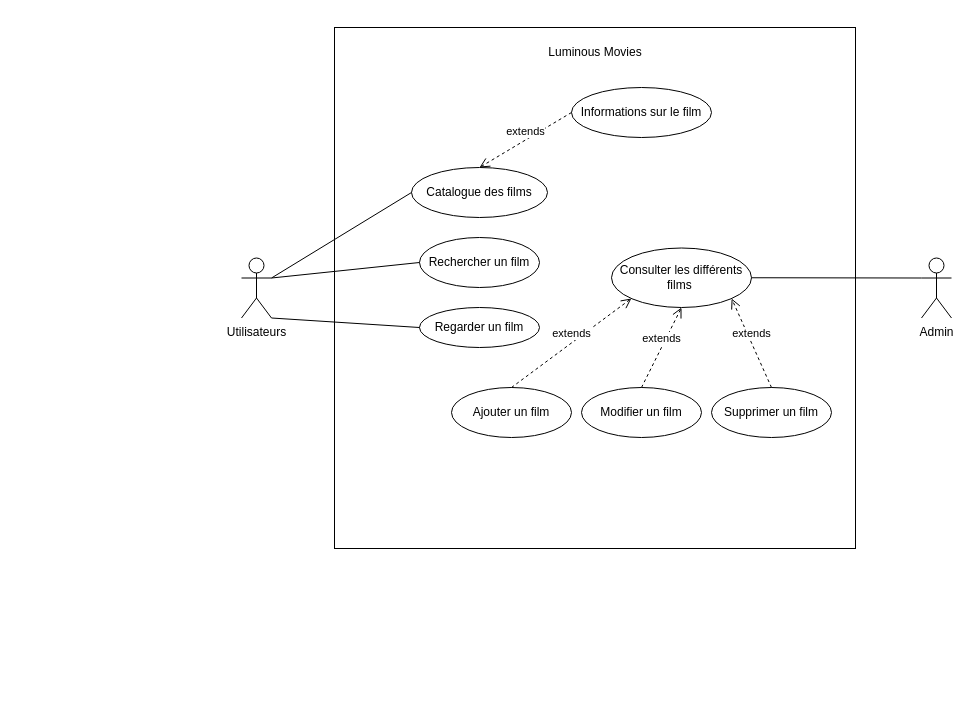
The draw.io diagram Documents/Luminous Movies Use case.drawio in Pagiestm/Luminous-Movies, before the edit. Source tidied: cells renumbered, new cells numbered last; positions are measured from the earlier drawing's top-left corner, leaving out a move shared by most shapes. Both pictures are drawn from the tidied source at 100%, with x=0, y=0 at pixel (241, 27).
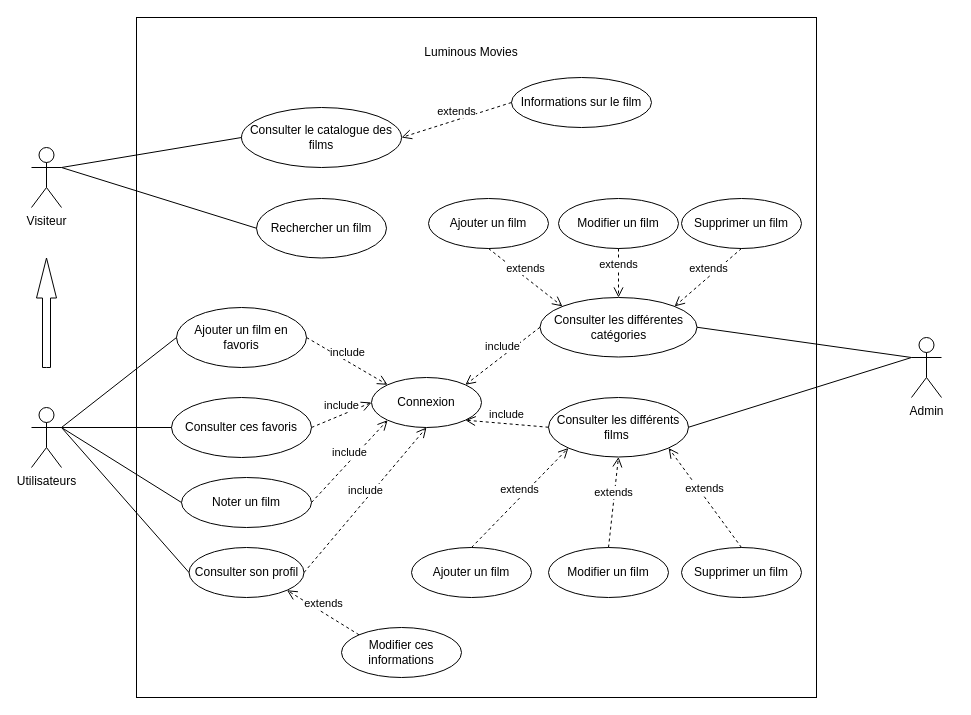
After the change.

Commit message (it also covers changes not shown here):
feat(Documents): add use case

Change to the diagram source:
```diff
@@
     <mxCell id="2" style="whiteSpace=wrap;html=1;" parent="1" vertex="1">
-      <mxGeometry x="93" width="521" height="521" as="geometry" />
+      <mxGeometry x="-105" y="-10" width="680" height="680" as="geometry" />
     </mxCell>
     <mxCell id="3" value="Utilisateurs" style="shape=umlActor;verticalLabelPosition=bottom;verticalAlign=top;html=1;outlineConnect=0;" parent="1" vertex="1">
-      <mxGeometry y="230.5" width="30" height="60" as="geometry" />
+      <mxGeometry x="-210" y="380" width="30" height="60" as="geometry" />
     </mxCell>
     <mxCell id="4" value="Luminous Movies" style="text;html=1;align=center;verticalAlign=middle;whiteSpace=wrap;rounded=0;" parent="1" vertex="1">
-      <mxGeometry x="299" y="10" width="110" height="30" as="geometry" />
+      <mxGeometry x="175" y="10" width="110" height="30" as="geometry" />
     </mxCell>
-    <mxCell id="5" value="Catalogue des films" style="ellipse;whiteSpace=wrap;html=1;" parent="1" vertex="1">
-      <mxGeometry x="170" y="140" width="136" height="50" as="geometry" />
-    </mxCell>
-    <mxCell id="6" value="Rechercher un film" style="ellipse;whiteSpace=wrap;html=1;" parent="1" vertex="1">
-      <mxGeometry x="178" y="210" width="120" height="50" as="geometry" />
-    </mxCell>
-    <mxCell id="7" value="Regarder un film" style="ellipse;whiteSpace=wrap;html=1;" parent="1" vertex="1">
-      <mxGeometry x="178" y="280" width="120" height="40" as="geometry" />
-    </mxCell>
     <mxCell id="8" value="Admin" style="shape=umlActor;verticalLabelPosition=bottom;verticalAlign=top;html=1;outlineConnect=0;" parent="1" vertex="1">
-      <mxGeometry x="680" y="230.5" width="30" height="60" as="geometry" />
+      <mxGeometry x="670" y="310" width="30" height="60" as="geometry" />
     </mxCell>
     <mxCell id="9" value="Informations sur le film" style="ellipse;whiteSpace=wrap;html=1;" parent="1" vertex="1">
-      <mxGeometry x="330" y="60" width="140" height="50" as="geometry" />
+      <mxGeometry x="270" y="50" width="140" height="50" as="geometry" />
     </mxCell>
-    <mxCell id="10" value="extends" style="html=1;verticalAlign=bottom;endArrow=open;dashed=1;endSize=8;curved=0;rounded=0;exitX=0;exitY=0.5;exitDx=0;exitDy=0;entryX=0.5;entryY=0;entryDx=0;entryDy=0;" parent="1" edge="1" source="9" target="5">
+    <mxCell id="10" value="extends" style="html=1;verticalAlign=bottom;endArrow=open;dashed=1;endSize=8;curved=0;rounded=0;exitX=0;exitY=0.5;exitDx=0;exitDy=0;entryX=1;entryY=0.5;entryDx=0;entryDy=0;" parent="1" edge="1" source="9" target="23">
       <mxGeometry relative="1" as="geometry" />
     </mxCell>
     <mxCell id="11" value="Consulter les différents films&amp;nbsp;" style="ellipse;whiteSpace=wrap;html=1;" parent="1" vertex="1">
-      <mxGeometry x="370" y="220.5" width="140" height="59.5" as="geometry" />
+      <mxGeometry x="307" y="370" width="140" height="59.5" as="geometry" />
     </mxCell>
     <mxCell id="12" value="Ajouter un film" style="ellipse;whiteSpace=wrap;html=1;" parent="1" vertex="1">
-      <mxGeometry x="210" y="360" width="120" height="50" as="geometry" />
+      <mxGeometry x="170" y="520" width="120" height="50" as="geometry" />
     </mxCell>
@@
     <mxCell id="14" value="Modifier un film" style="ellipse;whiteSpace=wrap;html=1;" parent="1" vertex="1">
-      <mxGeometry x="340" y="360" width="120" height="50" as="geometry" />
+      <mxGeometry x="307" y="520" width="120" height="50" as="geometry" />
     </mxCell>
@@
     <mxCell id="16" value="Supprimer un film" style="ellipse;whiteSpace=wrap;html=1;" parent="1" vertex="1">
-      <mxGeometry x="470" y="360" width="120" height="50" as="geometry" />
+      <mxGeometry x="440" y="520" width="120" height="50" as="geometry" />
     </mxCell>
@@
-    <mxCell id="19" style="endArrow=none;html=1;rounded=0;exitX=1;exitY=0.3333333333333333;exitDx=0;exitDy=0;exitPerimeter=0;entryX=0;entryY=0.5;entryDx=0;entryDy=0;" parent="1" edge="1" source="3" target="5">
-      <mxGeometry relative="1" as="geometry" />
-    </mxCell>
-    <mxCell id="20" style="endArrow=none;html=1;rounded=0;exitX=1;exitY=0.3333333333333333;exitDx=0;exitDy=0;exitPerimeter=0;entryX=0;entryY=0.5;entryDx=0;entryDy=0;" parent="1" edge="1" source="3" target="6">
-      <mxGeometry relative="1" as="geometry" />
-    </mxCell>
-    <mxCell id="21" style="endArrow=none;html=1;rounded=0;exitX=1;exitY=1;exitDx=0;exitDy=0;exitPerimeter=0;entryX=0;entryY=0.5;entryDx=0;entryDy=0;" parent="1" edge="1" source="3" target="7">
-      <mxGeometry relative="1" as="geometry" />
-    </mxCell>
+    <mxCell id="22" value="Visiteur" style="shape=umlActor;verticalLabelPosition=bottom;verticalAlign=top;html=1;outlineConnect=0;" parent="1" vertex="1">
+      <mxGeometry x="-210" y="120" width="30" height="60" as="geometry" />
+    </mxCell>
+    <mxCell id="23" value="Consulter le catalogue des films" style="ellipse;whiteSpace=wrap;html=1;" parent="1" vertex="1">
+      <mxGeometry y="80" width="160" height="60" as="geometry" />
+    </mxCell>
+    <mxCell id="24" style="endArrow=none;html=1;rounded=0;exitX=1;exitY=0.3333333333333333;exitDx=0;exitDy=0;exitPerimeter=0;entryX=0;entryY=0.5;entryDx=0;entryDy=0;" parent="1" edge="1" source="22" target="23">
+      <mxGeometry relative="1" as="geometry" />
+    </mxCell>
+    <mxCell id="6" value="Rechercher un film" style="ellipse;whiteSpace=wrap;html=1;" parent="1" vertex="1">
+      <mxGeometry x="15" y="171" width="130" height="59.5" as="geometry" />
+    </mxCell>
+    <mxCell id="25" style="endArrow=none;html=1;rounded=0;exitX=1;exitY=0.3333333333333333;exitDx=0;exitDy=0;exitPerimeter=0;entryX=0;entryY=0.5;entryDx=0;entryDy=0;" parent="1" edge="1" source="22" target="6">
+      <mxGeometry relative="1" as="geometry" />
+    </mxCell>
+    <mxCell id="26" style="html=1;shadow=0;dashed=0;align=center;verticalAlign=middle;shape=mxgraph.arrows2.arrow;dy=0.6;dx=40;direction=north;notch=0;" parent="1" vertex="1">
+      <mxGeometry x="-205" y="230.5" width="20" height="109.5" as="geometry" />
+    </mxCell>
+    <mxCell id="27" value="Ajouter un film en favoris" style="ellipse;whiteSpace=wrap;html=1;" parent="1" vertex="1">
+      <mxGeometry x="-65" y="280" width="130" height="60" as="geometry" />
+    </mxCell>
+    <mxCell id="28" value="Consulter ces favoris" style="ellipse;whiteSpace=wrap;html=1;" parent="1" vertex="1">
+      <mxGeometry x="-70" y="370" width="140" height="60" as="geometry" />
+    </mxCell>
+    <mxCell id="29" value="Noter un film" style="ellipse;whiteSpace=wrap;html=1;" parent="1" vertex="1">
+      <mxGeometry x="-60" y="450" width="130" height="50" as="geometry" />
+    </mxCell>
+    <mxCell id="30" style="endArrow=none;html=1;rounded=0;exitX=1;exitY=0.3333333333333333;exitDx=0;exitDy=0;exitPerimeter=0;entryX=0;entryY=0.5;entryDx=0;entryDy=0;" parent="1" edge="1" source="3" target="27">
+      <mxGeometry relative="1" as="geometry" />
+    </mxCell>
+    <mxCell id="31" style="endArrow=none;html=1;rounded=0;exitX=1;exitY=0.3333333333333333;exitDx=0;exitDy=0;exitPerimeter=0;entryX=0;entryY=0.5;entryDx=0;entryDy=0;" parent="1" edge="1" source="3" target="28">
+      <mxGeometry relative="1" as="geometry" />
+    </mxCell>
+    <mxCell id="32" style="endArrow=none;html=1;rounded=0;exitX=1;exitY=0.3333333333333333;exitDx=0;exitDy=0;exitPerimeter=0;entryX=0;entryY=0.5;entryDx=0;entryDy=0;" parent="1" edge="1" source="3" target="29">
+      <mxGeometry relative="1" as="geometry" />
+    </mxCell>
+    <mxCell id="33" value="Consulter les différentes catégories" style="ellipse;whiteSpace=wrap;html=1;" parent="1" vertex="1">
+      <mxGeometry x="298.5" y="270" width="157" height="59.5" as="geometry" />
+    </mxCell>
+    <mxCell id="34" value="Modifier un film" style="ellipse;whiteSpace=wrap;html=1;" parent="1" vertex="1">
+      <mxGeometry x="317" y="171" width="120" height="50" as="geometry" />
+    </mxCell>
+    <mxCell id="35" value="Supprimer un film" style="ellipse;whiteSpace=wrap;html=1;" parent="1" vertex="1">
+      <mxGeometry x="440" y="171" width="120" height="50" as="geometry" />
+    </mxCell>
+    <mxCell id="36" value="Ajouter un film" style="ellipse;whiteSpace=wrap;html=1;" parent="1" vertex="1">
+      <mxGeometry x="187" y="171" width="120" height="50" as="geometry" />
+    </mxCell>
+    <mxCell id="37" value="extends" style="html=1;verticalAlign=bottom;endArrow=open;dashed=1;endSize=8;curved=0;rounded=0;exitX=0.5;exitY=1;exitDx=0;exitDy=0;entryX=1;entryY=0;entryDx=0;entryDy=0;" parent="1" edge="1" source="35" target="33">
+      <mxGeometry relative="1" as="geometry" />
+    </mxCell>
+    <mxCell id="38" value="extends" style="html=1;verticalAlign=bottom;endArrow=open;dashed=1;endSize=8;curved=0;rounded=0;exitX=0.5;exitY=1;exitDx=0;exitDy=0;entryX=0.5;entryY=0;entryDx=0;entryDy=0;" parent="1" edge="1" source="34" target="33">
+      <mxGeometry relative="1" as="geometry" />
+    </mxCell>
+    <mxCell id="39" value="extends" style="html=1;verticalAlign=bottom;endArrow=open;dashed=1;endSize=8;curved=0;rounded=0;exitX=0.5;exitY=1;exitDx=0;exitDy=0;entryX=0;entryY=0;entryDx=0;entryDy=0;" parent="1" edge="1" source="36" target="33">
+      <mxGeometry relative="1" as="geometry" />
+    </mxCell>
+    <mxCell id="40" style="endArrow=none;html=1;rounded=0;exitX=1;exitY=0.5;exitDx=0;exitDy=0;entryX=0;entryY=0.3333333333333333;entryDx=0;entryDy=0;entryPerimeter=0;" parent="1" edge="1" source="33" target="8">
+      <mxGeometry relative="1" as="geometry" />
+    </mxCell>
+    <mxCell id="41" value="Connexion" style="ellipse;whiteSpace=wrap;html=1;" parent="1" vertex="1">
+      <mxGeometry x="130" y="350" width="110" height="50" as="geometry" />
+    </mxCell>
+    <mxCell id="42" value="include" style="html=1;verticalAlign=bottom;endArrow=open;dashed=1;endSize=8;curved=0;rounded=0;exitX=1;exitY=0.5;exitDx=0;exitDy=0;entryX=0;entryY=0;entryDx=0;entryDy=0;" parent="1" edge="1" source="27" target="41">
+      <mxGeometry relative="1" as="geometry" />
+    </mxCell>
+    <mxCell id="43" value="include" style="html=1;verticalAlign=bottom;endArrow=open;dashed=1;endSize=8;curved=0;rounded=0;exitX=1;exitY=0.5;exitDx=0;exitDy=0;entryX=0;entryY=0.5;entryDx=0;entryDy=0;" parent="1" edge="1" source="28" target="41">
+      <mxGeometry relative="1" as="geometry" />
+    </mxCell>
+    <mxCell id="44" value="include" style="html=1;verticalAlign=bottom;endArrow=open;dashed=1;endSize=8;curved=0;rounded=0;exitX=1;exitY=0.5;exitDx=0;exitDy=0;entryX=0;entryY=1;entryDx=0;entryDy=0;" parent="1" edge="1" source="29" target="41">
+      <mxGeometry relative="1" as="geometry" />
+    </mxCell>
+    <mxCell id="45" value="include" style="html=1;verticalAlign=bottom;endArrow=open;dashed=1;endSize=8;curved=0;rounded=0;exitX=0;exitY=0.5;exitDx=0;exitDy=0;entryX=1;entryY=0;entryDx=0;entryDy=0;" parent="1" edge="1" source="33" target="41">
+      <mxGeometry relative="1" as="geometry" />
+    </mxCell>
+    <mxCell id="46" value="include" style="html=1;verticalAlign=bottom;endArrow=open;dashed=1;endSize=8;curved=0;rounded=0;exitX=0;exitY=0.5;exitDx=0;exitDy=0;entryX=1;entryY=1;entryDx=0;entryDy=0;" parent="1" edge="1" source="11" target="41">
+      <mxGeometry relative="1" as="geometry" />
+    </mxCell>
+    <mxCell id="47" value="Consulter son profil" style="ellipse;whiteSpace=wrap;html=1;" parent="1" vertex="1">
+      <mxGeometry x="-52.5" y="520" width="115" height="50" as="geometry" />
+    </mxCell>
+    <mxCell id="48" style="endArrow=none;html=1;rounded=0;exitX=1;exitY=0.3333333333333333;exitDx=0;exitDy=0;exitPerimeter=0;entryX=0;entryY=0.5;entryDx=0;entryDy=0;" parent="1" edge="1" source="3" target="47">
+      <mxGeometry relative="1" as="geometry" />
+    </mxCell>
+    <mxCell id="49" value="Modifier ces informations" style="ellipse;whiteSpace=wrap;html=1;" parent="1" vertex="1">
+      <mxGeometry x="100" y="600" width="120" height="50" as="geometry" />
+    </mxCell>
+    <mxCell id="50" value="extends" style="html=1;verticalAlign=bottom;endArrow=open;dashed=1;endSize=8;curved=0;rounded=0;exitX=0;exitY=0;exitDx=0;exitDy=0;entryX=1;entryY=1;entryDx=0;entryDy=0;" parent="1" edge="1" source="49" target="47">
+      <mxGeometry relative="1" as="geometry" />
+    </mxCell>
+    <mxCell id="51" value="include" style="html=1;verticalAlign=bottom;endArrow=open;dashed=1;endSize=8;curved=0;rounded=0;exitX=1;exitY=0.5;exitDx=0;exitDy=0;entryX=0.5;entryY=1;entryDx=0;entryDy=0;" parent="1" edge="1" source="47" target="41">
+      <mxGeometry relative="1" as="geometry" />
+    </mxCell>
```
